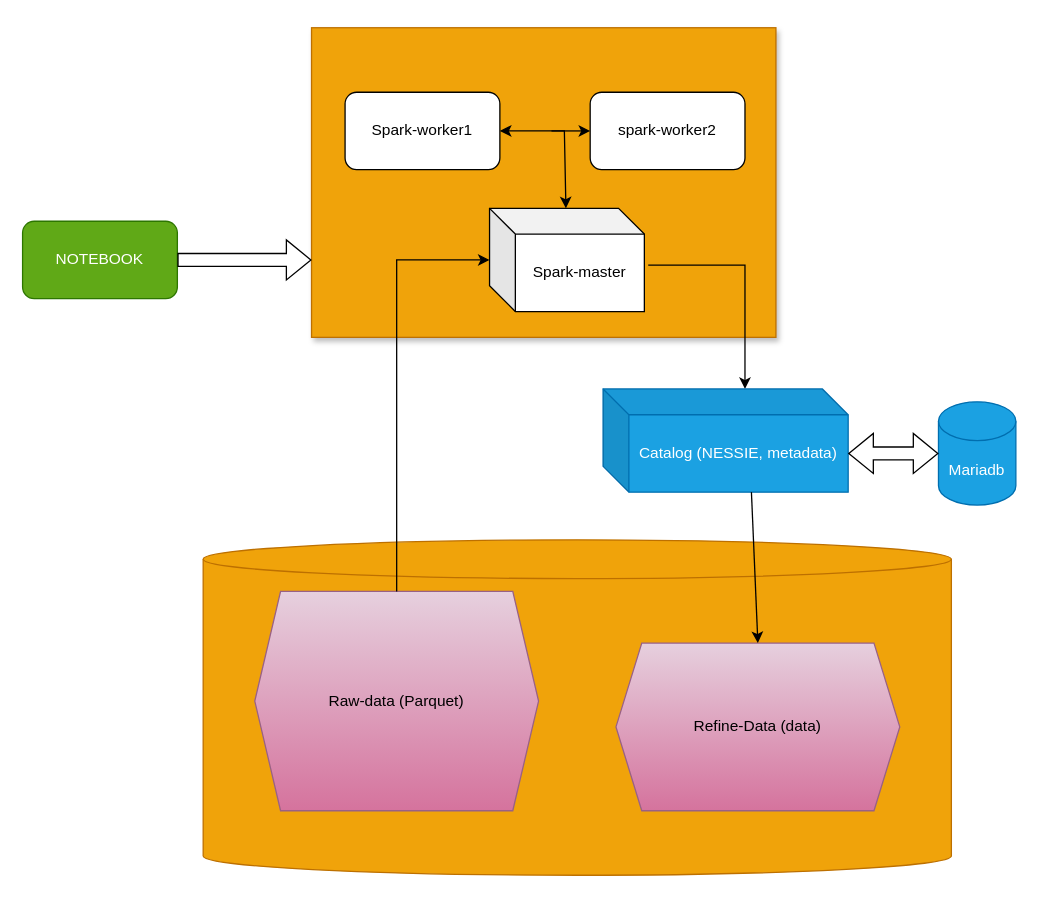
Above: spark-nessie/images/archi.drawio in jacquesatsaghe/bigdata_nanp (draw.io), before the change. Source tidied: cells renumbered, new cells numbered last; positions are measured from the earlier drawing's top-left corner, leaving out a move shared by most shapes. Both pictures are drawn from the tidied source at 129%, with x=0, y=0 at pixel (22, 27).
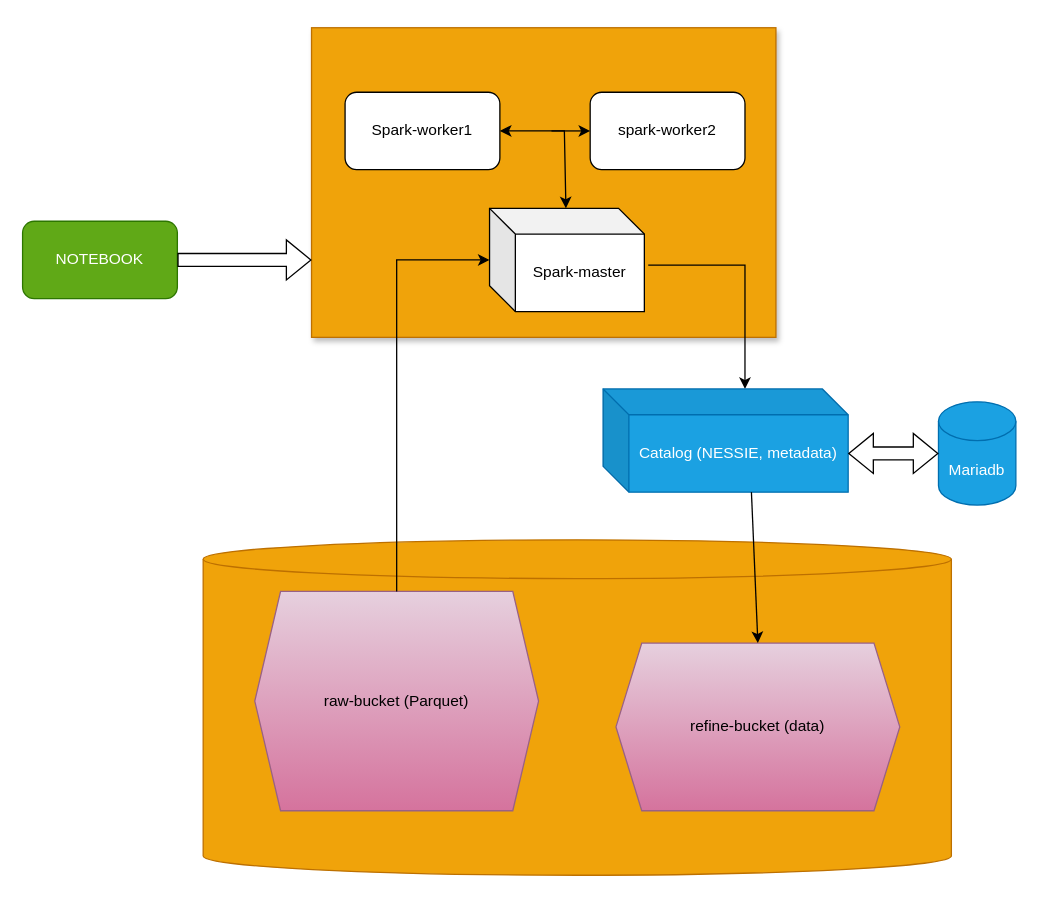
After the change.

Change to the diagram source:
```diff
@@
-    <mxCell id="4" value="Raw-data (Parquet)" style="shape=hexagon;perimeter=hexagonPerimeter2;whiteSpace=wrap;html=1;fixedSize=1;fillColor=#e6d0de;gradientColor=#d5739d;strokeColor=#996185;" parent="1" vertex="1">
+    <mxCell id="4" value="raw-bucket (Parquet)" style="shape=hexagon;perimeter=hexagonPerimeter2;whiteSpace=wrap;html=1;fixedSize=1;fillColor=#e6d0de;gradientColor=#d5739d;strokeColor=#996185;" parent="1" vertex="1">
       <mxGeometry x="180" y="437" width="220" height="170" as="geometry" />
     </mxCell>
@@
-    <mxCell id="8" value="Refine-Data (data)" style="shape=hexagon;perimeter=hexagonPerimeter2;whiteSpace=wrap;html=1;fixedSize=1;fillColor=#e6d0de;gradientColor=#d5739d;strokeColor=#996185;" parent="1" vertex="1">
+    <mxCell id="8" value="refine-bucket (data)" style="shape=hexagon;perimeter=hexagonPerimeter2;whiteSpace=wrap;html=1;fixedSize=1;fillColor=#e6d0de;gradientColor=#d5739d;strokeColor=#996185;" parent="1" vertex="1">
       <mxGeometry x="460" y="477" width="220" height="130" as="geometry" />
     </mxCell>
```
